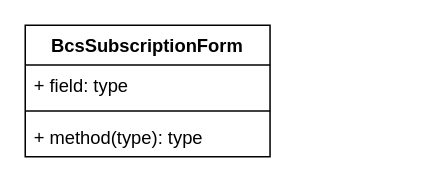
This is 未命名绘图.drawio from Flyyellow/BlockchainServiceBasePlatform-DDD, a draw.io file, before an edit. Source tidied: cells renumbered, new cells numbered last; positions are measured from the earlier drawing's top-left corner, leaving out a move shared by most shapes. Both pictures are drawn from the tidied source at 153%, with x=0, y=0 at pixel (24, 24).
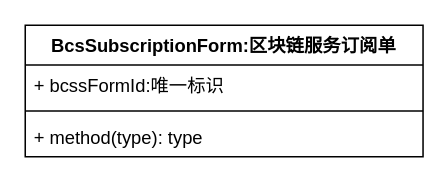
Above is the later version.

What changed in the source:
```diff
@@
 <mxGraphModel>
   <root>
     <mxCell id="0" />
     <mxCell id="1" parent="0" />
-    <mxCell id="2" value="BcsSubscriptionForm" style="swimlane;fontStyle=1;align=center;verticalAlign=top;horizontal=1;startSize=26;" parent="1" vertex="1">
-      <mxGeometry width="160" height="86" as="geometry" />
+    <mxCell id="2" value="BcsSubscriptionForm:区块链服务订阅单" style="swimlane;fontStyle=1;align=center;verticalAlign=top;horizontal=1;startSize=26;" parent="1" vertex="1">
+      <mxGeometry width="260" height="86" as="geometry" />
     </mxCell>
-    <mxCell id="3" value="+ field: type" style="text;strokeColor=none;fillColor=none;align=left;verticalAlign=top;spacingLeft=4;spacingRight=4;overflow=hidden;" parent="2" vertex="1">
-      <mxGeometry y="26" width="160" height="26" as="geometry" />
+    <mxCell id="3" value="+ bcssFormId:唯一标识" style="text;strokeColor=none;fillColor=none;align=left;verticalAlign=top;spacingLeft=4;spacingRight=4;overflow=hidden;" parent="2" vertex="1">
+      <mxGeometry y="26" width="260" height="26" as="geometry" />
     </mxCell>
     <mxCell id="4" style="line;strokeWidth=1;fillColor=none;align=left;verticalAlign=middle;spacingTop=-1;spacingLeft=3;spacingRight=3;labelPosition=right;strokeColor=inherit;" parent="2" vertex="1">
-      <mxGeometry y="52" width="160" height="8" as="geometry" />
+      <mxGeometry y="52" width="260" height="8" as="geometry" />
     </mxCell>
     <mxCell id="5" value="+ method(type): type" style="text;strokeColor=none;fillColor=none;align=left;verticalAlign=top;spacingLeft=4;spacingRight=4;overflow=hidden;" parent="2" vertex="1">
-      <mxGeometry y="60" width="160" height="26" as="geometry" />
+      <mxGeometry y="60" width="260" height="26" as="geometry" />
     </mxCell>
   </root>
 </mxGraphModel>
```
